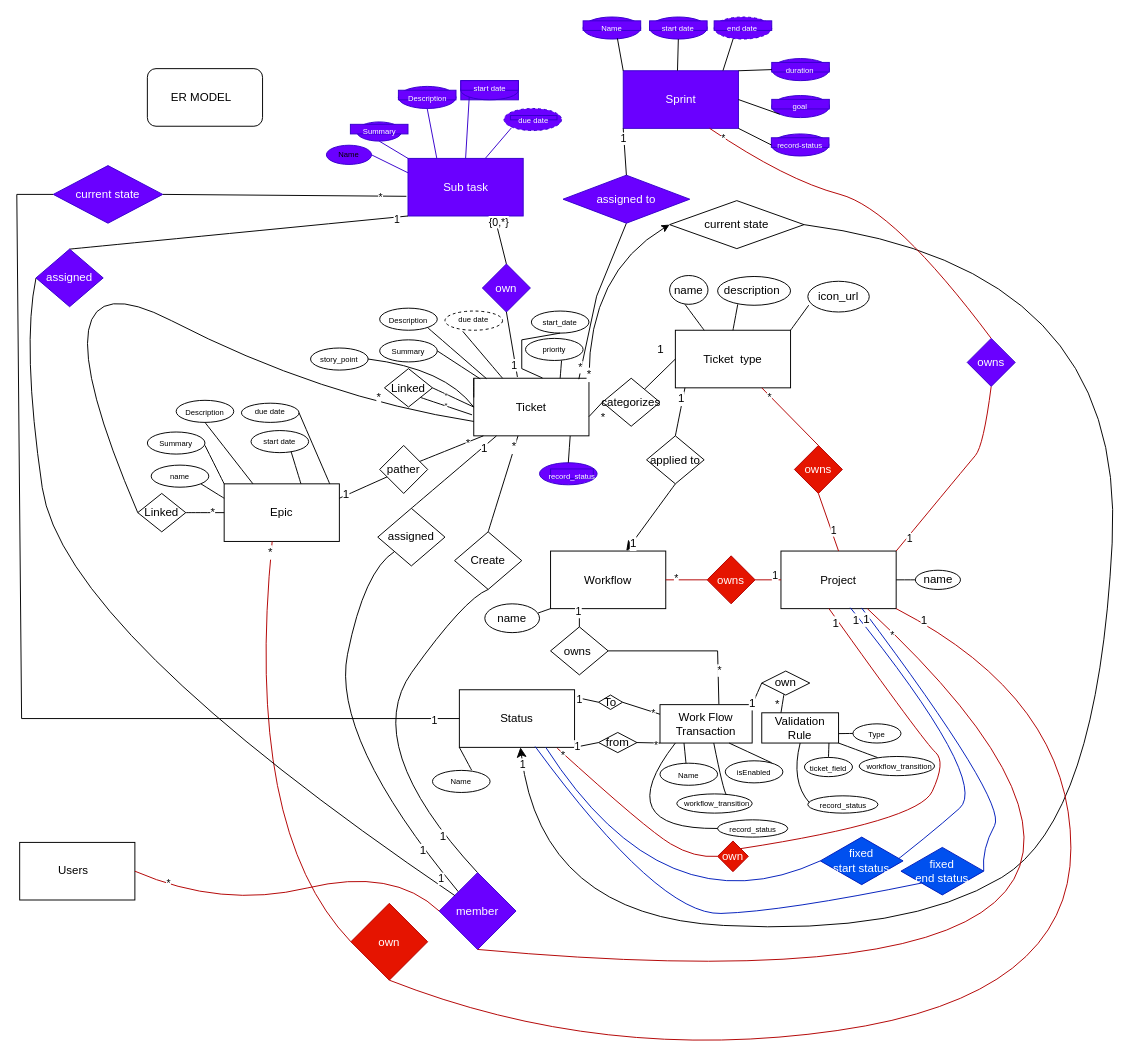
The draw.io diagram page "Page-2" (2 of 3) of jira_clone/new_er_diagram.drawio in maamounyoussef/JIRA-CLONE, before the edit. Source tidied: cells renumbered, new cells numbered last; positions are measured from the earlier drawing's top-left corner, leaving out a move shared by most shapes. Both pictures are drawn from the tidied source at 96%, with x=0, y=0 at pixel (16, 16).
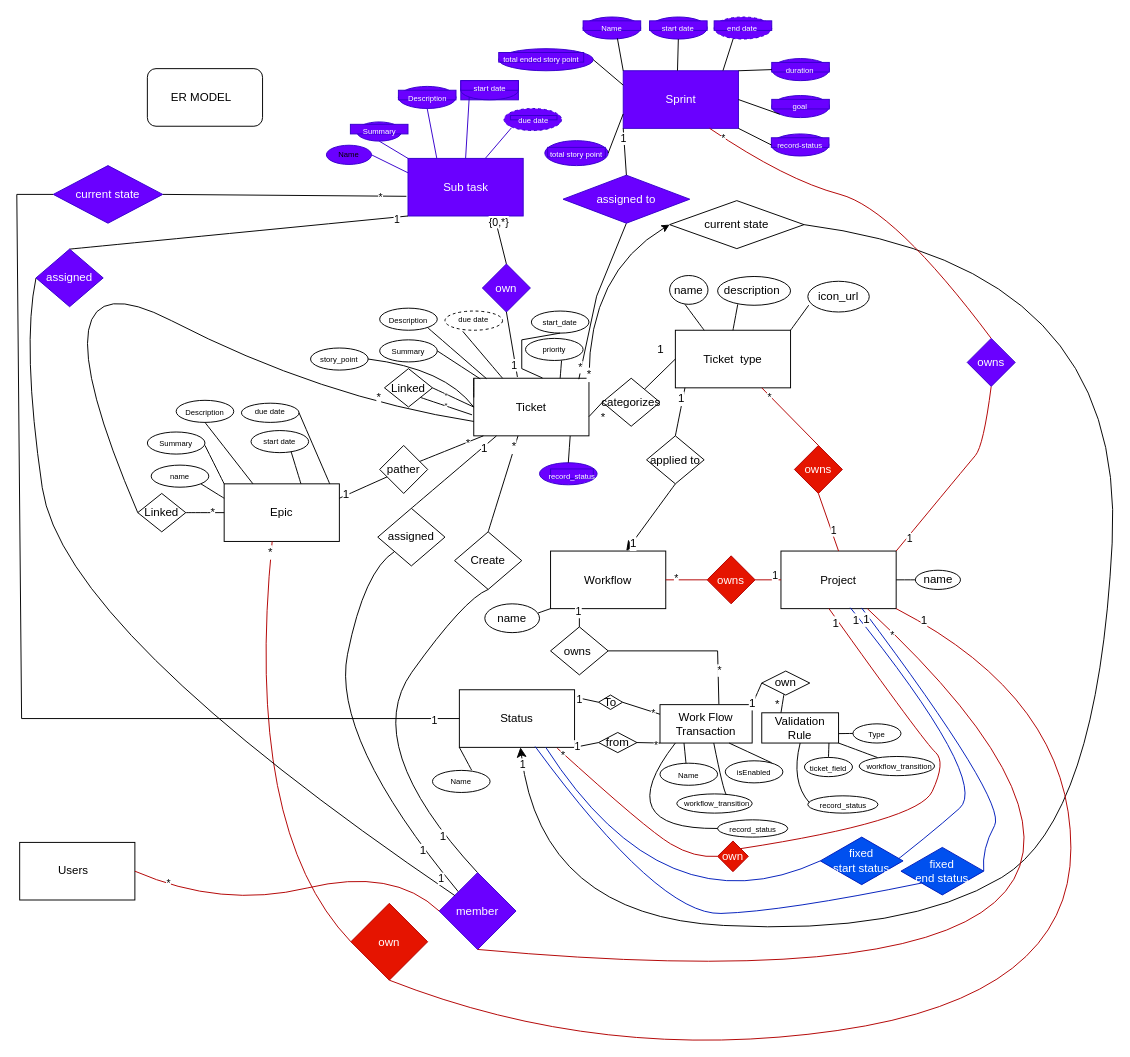
Above is the later version.

The change refers to these unchanged cells:
```xml
<mxCell id="194" value="Sprint" style="rounded=0;whiteSpace=wrap;html=1;fillColor=#6a00ff;fontColor=#ffffff;strokeColor=#3700CC;" parent="1" vertex="1">
  <mxGeometry x="631.7" y="56.2" width="120" height="60" as="geometry" />
</mxCell>
```

Change to the diagram source:
```diff
@@
+    <mxCell id="250" style="ellipse;whiteSpace=wrap;html=1;fillColor=#6a00ff;fontColor=#ffffff;strokeColor=#3700CC;" parent="1" vertex="1">
+      <mxGeometry x="550" y="129" width="66" height="26" as="geometry" />
+    </mxCell>
+    <mxCell id="251" value="&lt;font style=&quot;font-size: 8px;&quot;&gt;total story point&lt;/font&gt;" style="text;html=1;whiteSpace=wrap;strokeColor=#3700CC;fillColor=#6a00ff;align=center;verticalAlign=middle;rounded=0;fontSize=16;fontColor=#ffffff;" parent="1" vertex="1">
+      <mxGeometry x="553" y="136" width="60" height="10" as="geometry" />
+    </mxCell>
+    <mxCell id="252" style="ellipse;whiteSpace=wrap;html=1;fillColor=#6a00ff;fontColor=#ffffff;strokeColor=#3700CC;" parent="1" vertex="1">
+      <mxGeometry x="502" y="33.2" width="98.5" height="23" as="geometry" />
+    </mxCell>
+    <mxCell id="253" value="&lt;font style=&quot;font-size: 8px;&quot;&gt;total ended story point&lt;/font&gt;" style="text;html=1;whiteSpace=wrap;strokeColor=#3700CC;fillColor=#6a00ff;align=center;verticalAlign=middle;rounded=0;fontSize=16;fontColor=#ffffff;" parent="1" vertex="1">
+      <mxGeometry x="502" y="37.2" width="88.5" height="10" as="geometry" />
+    </mxCell>
+    <mxCell id="254" style="endArrow=none;html=1;rounded=0;entryX=1;entryY=0.5;entryDx=0;entryDy=0;exitX=0;exitY=0.25;exitDx=0;exitDy=0;" parent="1" edge="1" source="194" target="252">
+      <mxGeometry relative="1" as="geometry" />
+    </mxCell>
+    <mxCell id="255" style="endArrow=none;html=1;rounded=0;entryX=0;entryY=0.75;entryDx=0;entryDy=0;exitX=1;exitY=0.5;exitDx=0;exitDy=0;" parent="1" edge="1" source="250" target="194">
+      <mxGeometry relative="1" as="geometry" />
+    </mxCell>
```
